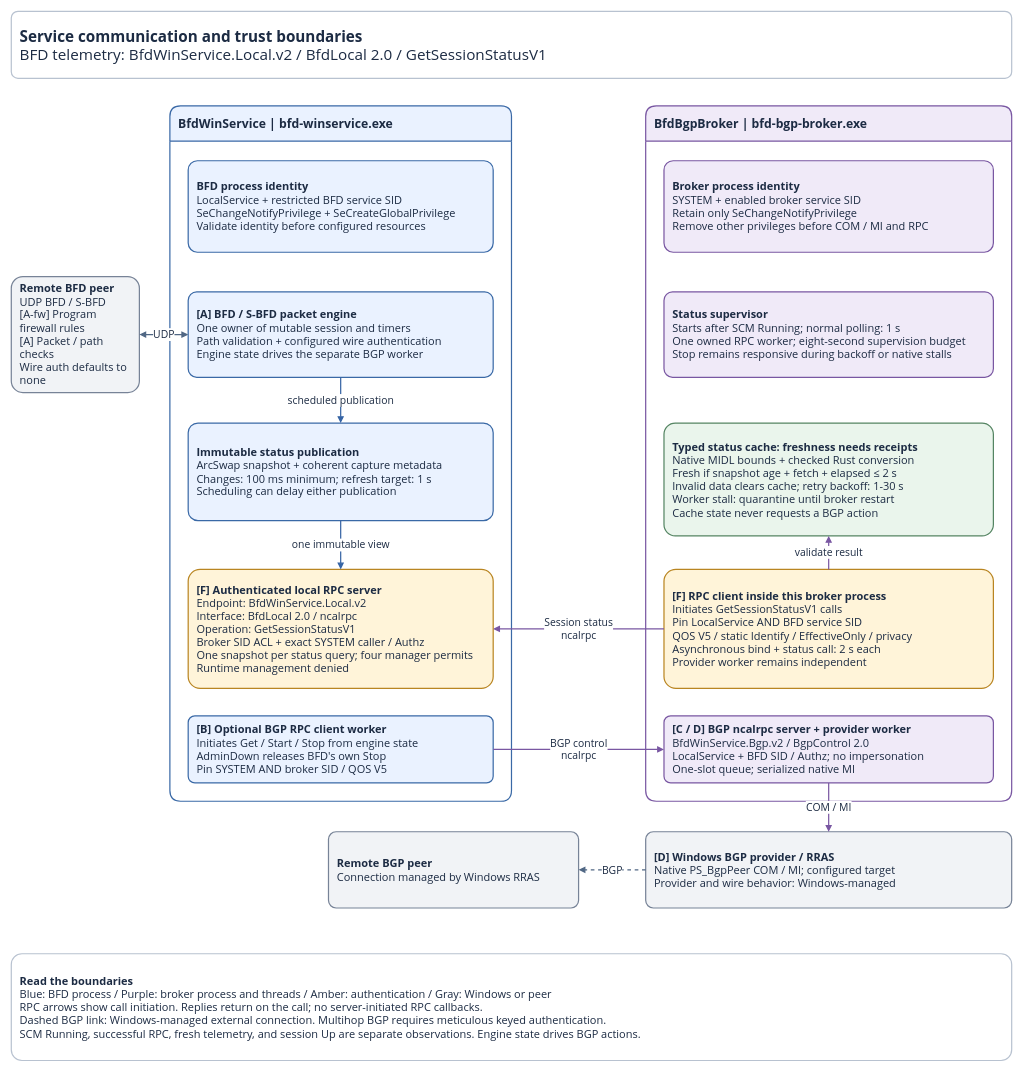
The draw.io diagram page "1 Runtime boundaries" (1 of 3) of docs/service-communication.drawio in miketheitguy/bfd-winservice, before the edit. Source tidied: cells renumbered, new cells numbered last; positions are measured from the earlier drawing's top-left corner, leaving out a move shared by most shapes. Both pictures are drawn from the tidied source at 61%, with x=0, y=0 at pixel (11, 11).
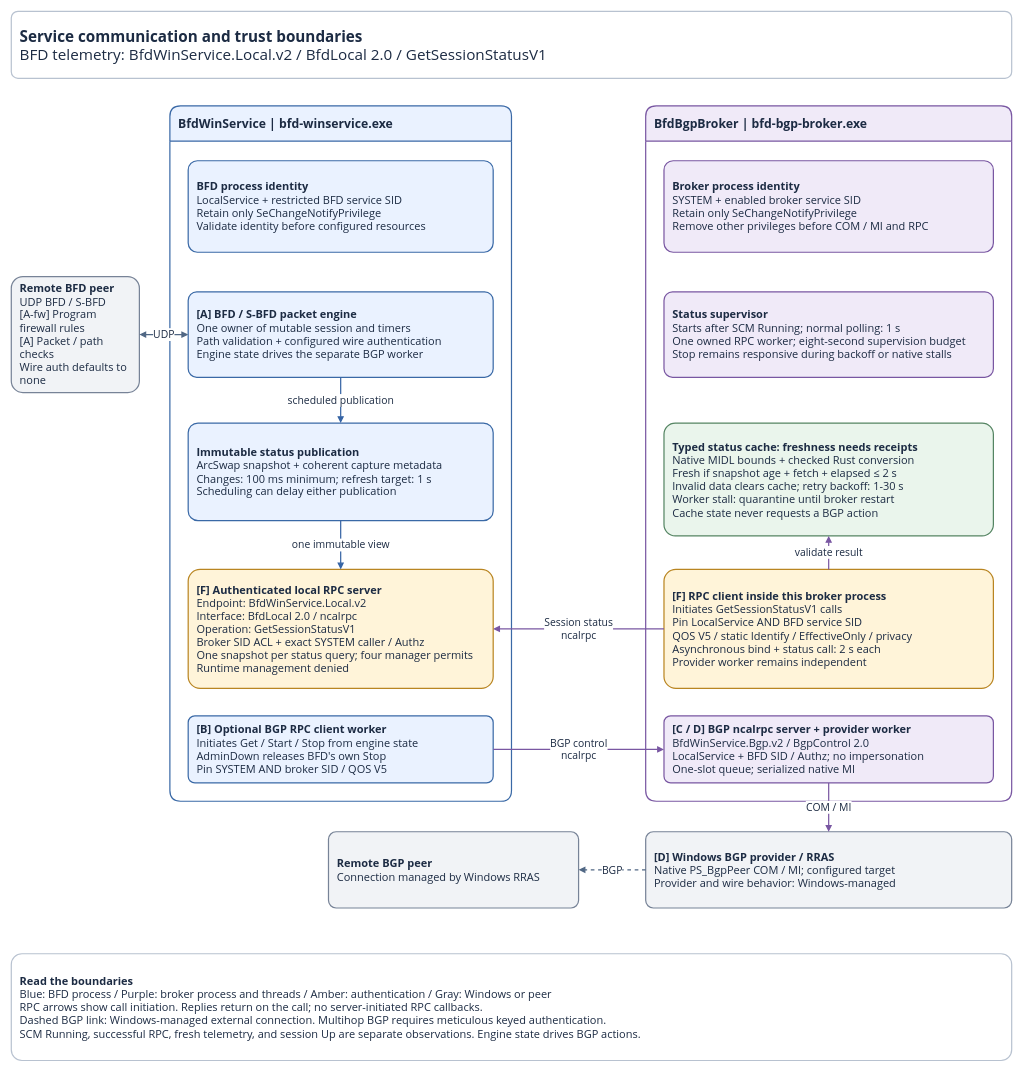
The same diagram, later.

The change refers to these unchanged cells:
```xml
<mxCell id="3" value="&lt;b&gt;BfdWinService | bfd-winservice.exe&lt;/b&gt;" style="rounded=1;arcSize=10;whiteSpace=wrap;html=1;fillColor=#EAF2FF;strokeColor=#3A69A6;strokeWidth=2;fontFamily=Segoe UI;fontSize=20;fontColor=#1C2B43;spacing=14;align=left;verticalAlign=middle;shape=swimlane;startSize=58;horizontal=1;swimlaneLine=1;" parent="1" vertex="1">
  <mxGeometry x="260" y="155" width="560" height="1140" as="geometry" />
</mxCell>
```

What changed in the source:
```diff
@@
-    <mxCell id="5" value="&lt;b&gt;BFD process identity&lt;/b&gt;&lt;br&gt;LocalService + restricted BFD service SID&lt;br&gt;SeChangeNotifyPrivilege + SeCreateGlobalPrivilege&lt;br&gt;Validate identity before configured resources" style="rounded=1;arcSize=10;whiteSpace=wrap;html=1;fillColor=#EAF2FF;strokeColor=#3A69A6;strokeWidth=2;fontFamily=Segoe UI;fontSize=18;fontColor=#1C2B43;spacing=14;align=left;verticalAlign=middle;" parent="3" vertex="1">
+    <mxCell id="5" value="&lt;b&gt;BFD process identity&lt;/b&gt;&lt;br&gt;LocalService + restricted BFD service SID&lt;br&gt;Retain only SeChangeNotifyPrivilege&lt;br&gt;Validate identity before configured resources" style="rounded=1;arcSize=10;whiteSpace=wrap;html=1;fillColor=#EAF2FF;strokeColor=#3A69A6;strokeWidth=2;fontFamily=Segoe UI;fontSize=18;fontColor=#1C2B43;spacing=14;align=left;verticalAlign=middle;" parent="3" vertex="1">
       <mxGeometry x="30" y="90" width="500" height="150" as="geometry" />
     </mxCell>
```
